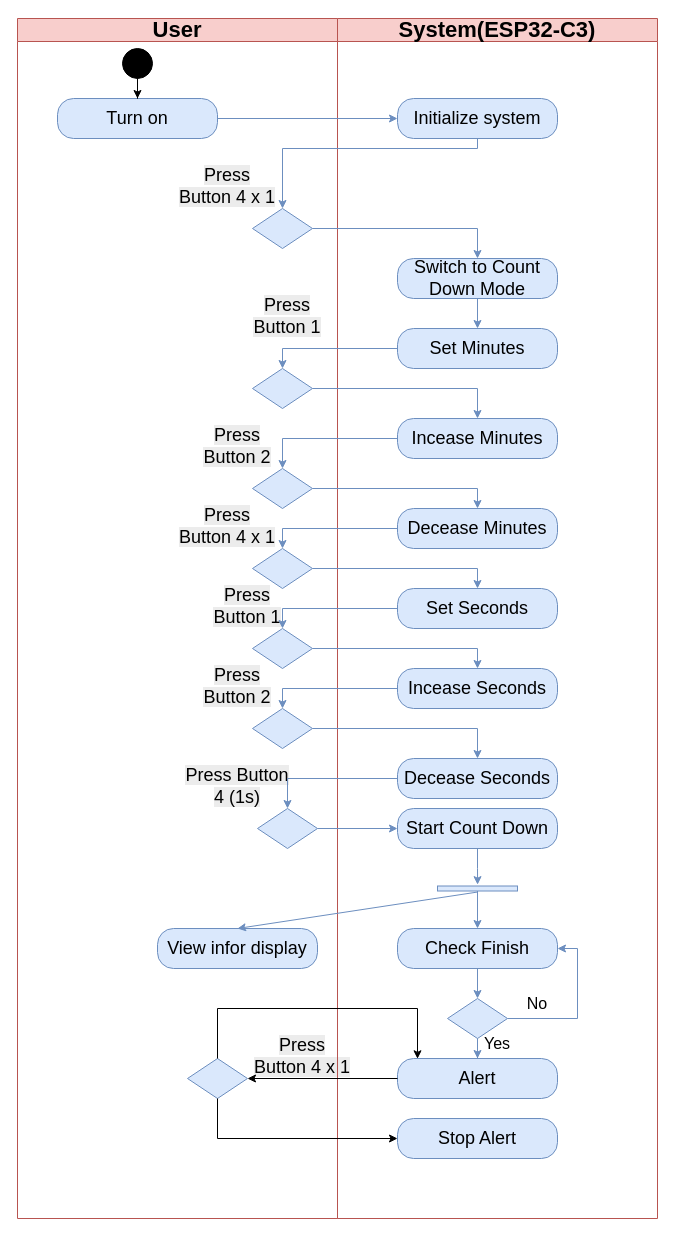
Before: page "Activity Count Down Diagram" (12 of 17) of UML.drawio in 106210049/CK_RTOS, a draw.io diagram. Source tidied: cells renumbered, new cells numbered last; positions are measured from the earlier drawing's top-left corner, leaving out a move shared by most shapes. Both pictures are drawn from the tidied source at 100%, with x=0, y=0 at pixel (17, 18).
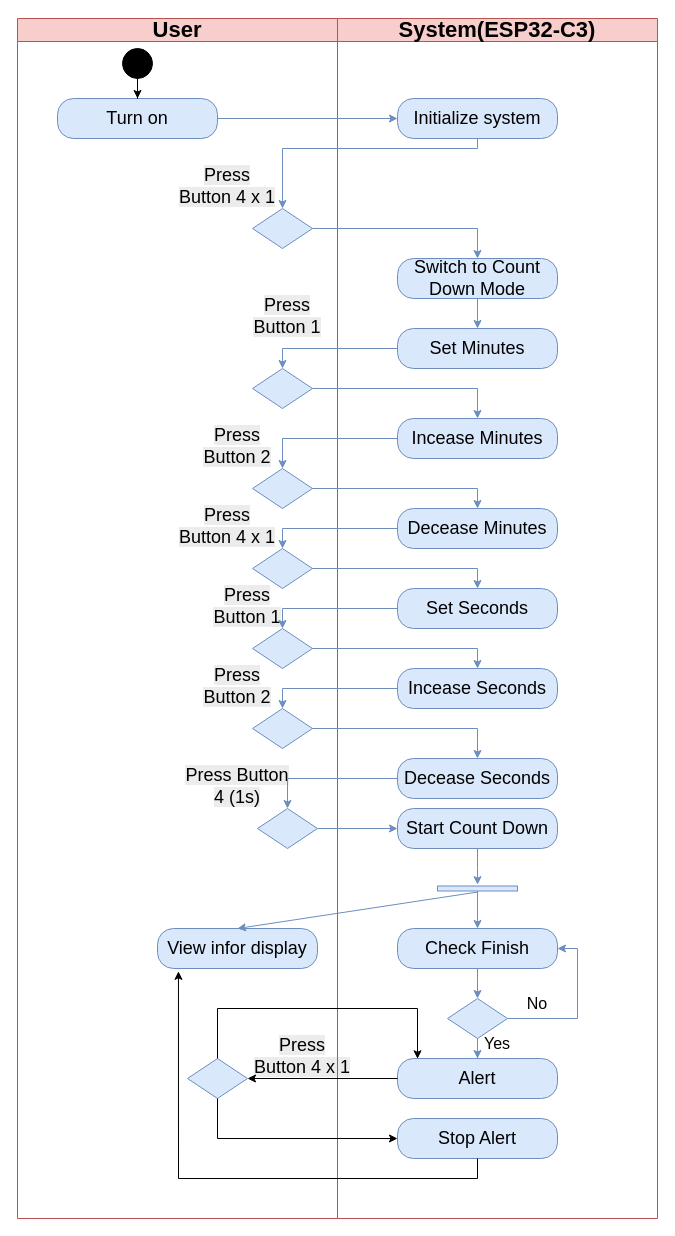
The same diagram, later.

The change refers to these unchanged cells:
```xml
<mxCell id="22" value="&lt;font style=&quot;font-size: 22px;&quot;&gt;System(ESP32-C3)&lt;/font&gt;" style="swimlane;whiteSpace=wrap;html=1;fillColor=#f8cecc;strokeColor=#b85450;" parent="1" vertex="1">
  <mxGeometry x="320" width="320" height="1200" as="geometry" />
</mxCell>
<mxCell id="26" value="View infor display" style="rounded=1;whiteSpace=wrap;html=1;arcSize=40;fillColor=#dae8fc;strokeColor=#6c8ebf;fontSize=18;" parent="22" vertex="1">
  <mxGeometry x="-180" y="910" width="160" height="40" as="geometry" />
</mxCell>
<mxCell id="41" value="Stop Alert" style="rounded=1;whiteSpace=wrap;html=1;arcSize=40;fillColor=#dae8fc;strokeColor=#6c8ebf;fontSize=18;" parent="22" vertex="1">
  <mxGeometry x="60" y="1100" width="160" height="40" as="geometry" />
</mxCell>
```

Change to the diagram source:
```diff
@@
+    <mxCell id="65" style="edgeStyle=orthogonalEdgeStyle;rounded=0;jettySize=auto;html=1;exitX=0.5;exitY=1;exitDx=0;exitDy=0;entryX=0.131;entryY=1.071;entryDx=0;entryDy=0;entryPerimeter=0;" parent="22" edge="1" source="41" target="26">
+      <mxGeometry relative="1" as="geometry" />
+    </mxCell>
```
